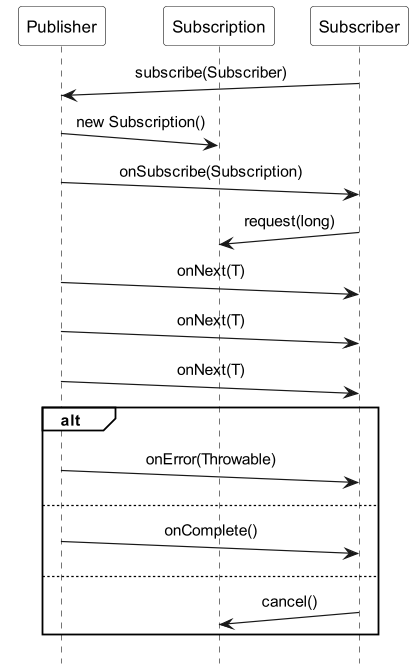
Before: images/Reactive_Streams.png, a diagram exported from PlantUML (ti-cortex-m4/demo-java-reactive-streams-old).
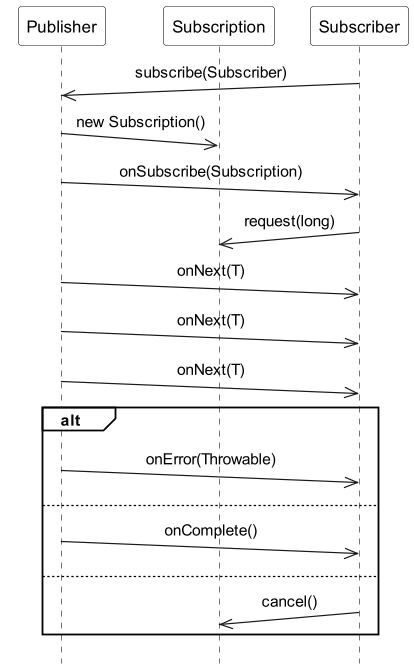
The same file after the commit.

The edit, as a diff of the source:
```diff
@@ -1,5 +1,5 @@
 @startuml
-!include sequence_header.iuml
+!include sequence_diagram_header.iuml
 
 skinparam participantPadding 10
 
@@ -7,22 +7,22 @@
 participant Subscription
 participant Subscriber
 
-Subscriber ->(10) Publisher : subscribe(Subscriber)
-Publisher ->(10) Subscription : new Subscription()
-Publisher ->(10) Subscriber : onSubscribe(Subscription)
+Subscriber ->>(10) Publisher : subscribe(Subscriber)
+Publisher ->>(10) Subscription : new Subscription()
+Publisher ->>(10) Subscriber : onSubscribe(Subscription)
 
-Subscriber ->(10) Subscription : request(long)
+Subscriber ->>(10) Subscription : request(long)
 
-Publisher ->(10) Subscriber : onNext(T)
-Publisher ->(10) Subscriber : onNext(T)
-Publisher ->(10) Subscriber : onNext(T)
+Publisher ->>(10) Subscriber : onNext(T)
+Publisher ->>(10) Subscriber : onNext(T)
+Publisher ->>(10) Subscriber : onNext(T)
 
 alt
-    Publisher ->(10) Subscriber : onError(Throwable)
+    Publisher ->>(10) Subscriber : onError(Throwable)
 else
-    Publisher ->(10) Subscriber : onComplete()
+    Publisher ->>(10) Subscriber : onComplete()
 else
-    Subscriber ->(10) Subscription : cancel()
+    Subscriber ->>(10) Subscription : cancel()
 end
 
 @enduml
```
